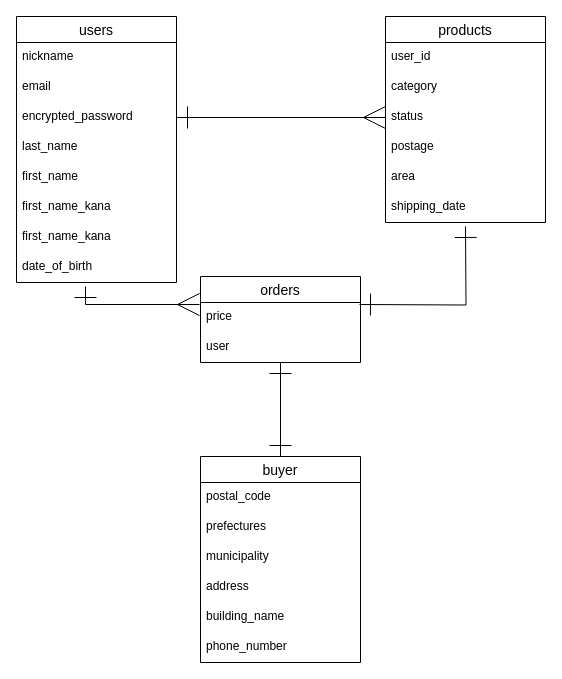
This is furima.dio from Hi-yano/furima-31597, a draw.io file, before an edit. Source tidied: cells renumbered, new cells numbered last; positions are measured from the earlier drawing's top-left corner, leaving out a move shared by most shapes. Both pictures are drawn from the tidied source at 100%, with x=0, y=0 at pixel (16, 16).
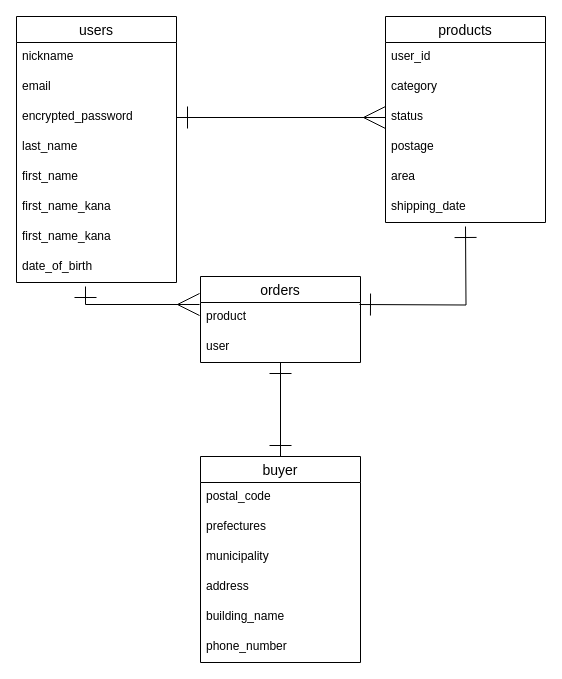
The same diagram, later.

Commit message:
ER図のみ修正

The change refers to these unchanged cells:
```xml
<mxCell id="14" value="orders" style="swimlane;fontStyle=0;horizontal=1;startSize=26;align=center;fontSize=14;" parent="1" vertex="1">
  <mxGeometry x="184" y="260" width="160" height="86" as="geometry" />
</mxCell>
```

The edit, as a diff of the source:
```diff
@@
-    <mxCell id="15" value="price" style="text;strokeColor=none;fillColor=none;spacingLeft=4;spacingRight=4;overflow=hidden;fontSize=12;" parent="14" vertex="1">
+    <mxCell id="15" value="product" style="text;strokeColor=none;fillColor=none;spacingLeft=4;spacingRight=4;overflow=hidden;fontSize=12;" parent="14" vertex="1">
       <mxGeometry y="26" width="160" height="30" as="geometry" />
     </mxCell>
```
